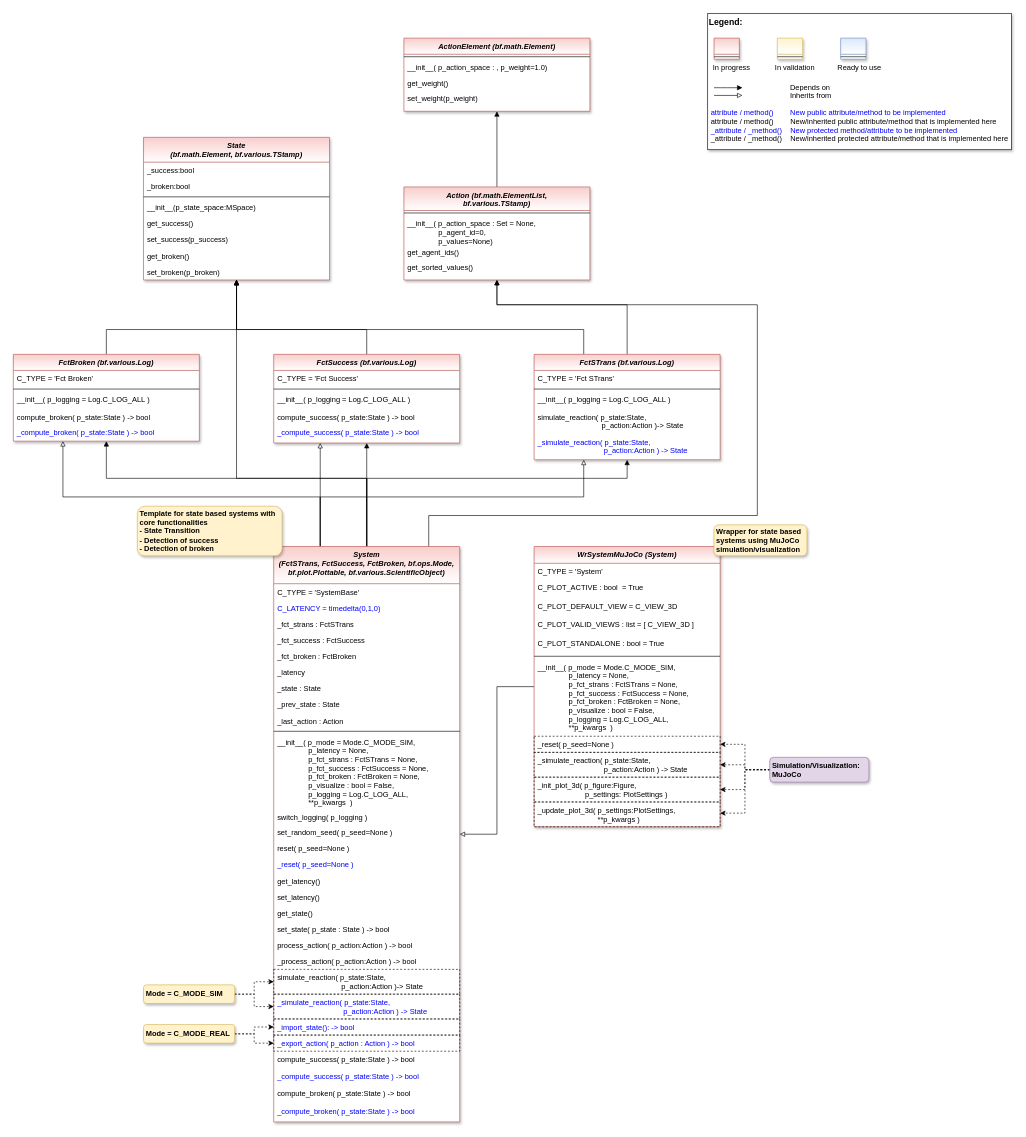
Earlier version of the draw.io diagram doc/rtd/content/append2/core/images/bf/MLPro-BF-Systems_class_diagram.drawio (fhswf/MLPro). Source tidied: cells renumbered, new cells numbered last; positions are measured from the earlier drawing's top-left corner, leaving out a move shared by most shapes. Both pictures are drawn from the tidied source at 62%, with x=0, y=0 at pixel (13, 13).
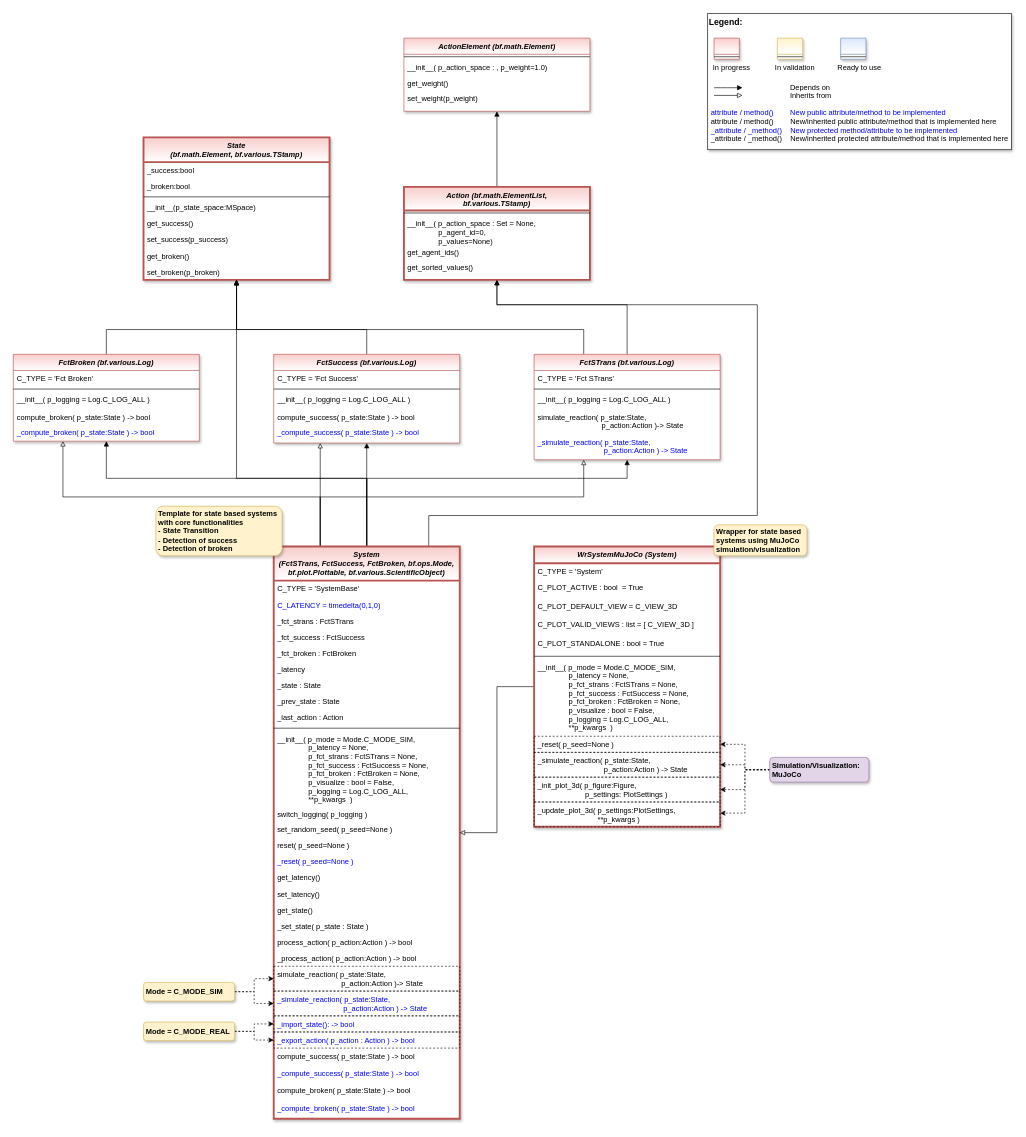
After the change.

What changed in the source:
```diff
@@
-    <mxCell id="20" value="State &#10;(bf.math.Element, bf.various.TStamp)" style="swimlane;fontStyle=3;align=center;verticalAlign=top;horizontal=1;startSize=40;rounded=0;shadow=1;strokeWidth=1;fillColor=#f8cecc;strokeColor=#b85450;swimlaneFillColor=#ffffff;gradientColor=#FFFFFF;" parent="1" vertex="1">
+    <mxCell id="20" value="State &#10;(bf.math.Element, bf.various.TStamp)" style="swimlane;fontStyle=3;align=center;verticalAlign=top;horizontal=1;startSize=40;rounded=0;shadow=1;strokeWidth=3;fillColor=#f8cecc;strokeColor=#b85450;swimlaneFillColor=#ffffff;gradientColor=#FFFFFF;" parent="1" vertex="1">
       <mxGeometry x="210" y="200" width="300" height="230" as="geometry" />
     </mxCell>
@@
-    <mxCell id="30" value="Action (bf.math.ElementList, &#10;bf.various.TStamp)" style="swimlane;fontStyle=3;align=center;verticalAlign=top;horizontal=1;startSize=38;rounded=0;shadow=1;strokeWidth=1;fillColor=#f8cecc;strokeColor=#b85450;swimlaneFillColor=#ffffff;gradientColor=#FFFFFF;" parent="1" vertex="1">
+    <mxCell id="30" value="Action (bf.math.ElementList, &#10;bf.various.TStamp)" style="swimlane;fontStyle=3;align=center;verticalAlign=top;horizontal=1;startSize=38;rounded=0;shadow=1;strokeWidth=3;fillColor=#f8cecc;strokeColor=#b85450;swimlaneFillColor=#ffffff;gradientColor=#FFFFFF;" parent="1" vertex="1">
       <mxGeometry x="630" y="280" width="300" height="150" as="geometry" />
     </mxCell>
@@
-    <mxCell id="48" value="System&#10;(FctSTrans, FctSuccess, FctBroken, bf.ops.Mode, &#10;bf.plot.Plottable, bf.various.ScientificObject)" style="swimlane;fontStyle=3;align=center;verticalAlign=top;horizontal=1;startSize=60;rounded=0;shadow=1;strokeWidth=1;fillColor=#f8cecc;strokeColor=#b85450;swimlaneFillColor=#ffffff;gradientColor=#FFFFFF;" parent="1" vertex="1">
-      <mxGeometry x="420" y="860" width="300" height="928" as="geometry" />
+    <mxCell id="48" value="System&#10;(FctSTrans, FctSuccess, FctBroken, bf.ops.Mode, &#10;bf.plot.Plottable, bf.various.ScientificObject)" style="swimlane;fontStyle=3;align=center;verticalAlign=top;horizontal=1;startSize=55;rounded=0;shadow=1;strokeWidth=3;fillColor=#f8cecc;strokeColor=#b85450;swimlaneFillColor=#ffffff;gradientColor=#FFFFFF;" parent="1" vertex="1">
+      <mxGeometry x="420" y="860" width="300" height="923" as="geometry" />
     </mxCell>
     <mxCell id="49" value="C_TYPE = 'SystemBase'" style="text;align=left;verticalAlign=top;spacingLeft=4;spacingRight=4;overflow=hidden;" parent="48" vertex="1">
-      <mxGeometry y="60" width="300" height="26" as="geometry" />
+      <mxGeometry y="55" width="300" height="26" as="geometry" />
     </mxCell>
     <mxCell id="50" value="C_LATENCY = timedelta(0,1,0)" style="text;align=left;verticalAlign=top;spacingLeft=4;spacingRight=4;overflow=hidden;fontColor=#0000FF;" parent="48" vertex="1">
-      <mxGeometry y="86" width="300" height="26" as="geometry" />
+      <mxGeometry y="81" width="300" height="26" as="geometry" />
     </mxCell>
     <mxCell id="51" value="_fct_strans : FctSTrans" style="text;align=left;verticalAlign=top;spacingLeft=4;spacingRight=4;overflow=hidden;" parent="48" vertex="1">
-      <mxGeometry y="112" width="300" height="26" as="geometry" />
+      <mxGeometry y="107" width="300" height="26" as="geometry" />
     </mxCell>
     <mxCell id="52" value="_fct_success : FctSuccess" style="text;align=left;verticalAlign=top;spacingLeft=4;spacingRight=4;overflow=hidden;" parent="48" vertex="1">
-      <mxGeometry y="138" width="300" height="26" as="geometry" />
+      <mxGeometry y="133" width="300" height="26" as="geometry" />
     </mxCell>
     <mxCell id="53" value="_fct_broken : FctBroken" style="text;align=left;verticalAlign=top;spacingLeft=4;spacingRight=4;overflow=hidden;" parent="48" vertex="1">
-      <mxGeometry y="164" width="300" height="26" as="geometry" />
+      <mxGeometry y="159" width="300" height="26" as="geometry" />
     </mxCell>
     <mxCell id="54" value="_latency" style="text;align=left;verticalAlign=top;spacingLeft=4;spacingRight=4;overflow=hidden;" parent="48" vertex="1">
-      <mxGeometry y="190" width="300" height="26" as="geometry" />
+      <mxGeometry y="185" width="300" height="26" as="geometry" />
     </mxCell>
     <mxCell id="55" value="_state : State" style="text;align=left;verticalAlign=top;spacingLeft=4;spacingRight=4;overflow=hidden;" parent="48" vertex="1">
-      <mxGeometry y="216" width="300" height="26" as="geometry" />
+      <mxGeometry y="211" width="300" height="26" as="geometry" />
     </mxCell>
     <mxCell id="56" value="_prev_state : State" style="text;align=left;verticalAlign=top;spacingLeft=4;spacingRight=4;overflow=hidden;" parent="48" vertex="1">
-      <mxGeometry y="242" width="300" height="26" as="geometry" />
+      <mxGeometry y="237" width="300" height="26" as="geometry" />
     </mxCell>
     <mxCell id="57" value="_last_action : Action" style="text;align=left;verticalAlign=top;spacingLeft=4;spacingRight=4;overflow=hidden;" parent="48" vertex="1">
-      <mxGeometry y="268" width="300" height="26" as="geometry" />
+      <mxGeometry y="263" width="300" height="26" as="geometry" />
     </mxCell>
     <mxCell id="58" style="line;html=1;strokeWidth=1;align=left;verticalAlign=middle;spacingTop=-1;spacingLeft=3;spacingRight=3;labelPosition=right;" parent="48" vertex="1">
-      <mxGeometry y="294" width="300" height="8" as="geometry" />
+      <mxGeometry y="289" width="300" height="8" as="geometry" />
     </mxCell>
     <mxCell id="59" value="__init__( p_mode = Mode.C_MODE_SIM,&#10;               p_latency = None, &#10;               p_fct_strans : FctSTrans = None,&#10;               p_fct_success : FctSuccess = None,&#10;               p_fct_broken : FctBroken = None,&#10;               p_visualize : bool = False,&#10;               p_logging = Log.C_LOG_ALL,&#10;               **p_kwargs  )" style="text;align=left;verticalAlign=top;spacingLeft=4;spacingRight=4;overflow=hidden;" parent="48" vertex="1">
-      <mxGeometry y="302" width="300" height="122" as="geometry" />
+      <mxGeometry y="297" width="300" height="122" as="geometry" />
     </mxCell>
     <mxCell id="60" value="switch_logging( p_logging )" style="text;align=left;verticalAlign=top;spacingLeft=4;spacingRight=4;overflow=hidden;" parent="48" vertex="1">
-      <mxGeometry y="424" width="300" height="24" as="geometry" />
+      <mxGeometry y="419" width="300" height="24" as="geometry" />
     </mxCell>
     <mxCell id="61" value="set_random_seed( p_seed=None )" style="text;align=left;verticalAlign=top;spacingLeft=4;spacingRight=4;overflow=hidden;" parent="48" vertex="1">
-      <mxGeometry y="448" width="300" height="26" as="geometry" />
+      <mxGeometry y="443" width="300" height="26" as="geometry" />
     </mxCell>
     <mxCell id="62" value="reset( p_seed=None )" style="text;align=left;verticalAlign=top;spacingLeft=4;spacingRight=4;overflow=hidden;" parent="48" vertex="1">
-      <mxGeometry y="474" width="300" height="26" as="geometry" />
+      <mxGeometry y="469" width="300" height="26" as="geometry" />
     </mxCell>
     <mxCell id="63" value="_reset( p_seed=None )" style="text;align=left;verticalAlign=top;spacingLeft=4;spacingRight=4;overflow=hidden;fontColor=#0000FF;" parent="48" vertex="1">
-      <mxGeometry y="500" width="300" height="26" as="geometry" />
+      <mxGeometry y="495" width="300" height="26" as="geometry" />
     </mxCell>
     <mxCell id="64" value="get_latency()" style="text;align=left;verticalAlign=top;spacingLeft=4;spacingRight=4;overflow=hidden;" parent="48" vertex="1">
-      <mxGeometry y="526" width="300" height="26" as="geometry" />
+      <mxGeometry y="521" width="300" height="26" as="geometry" />
     </mxCell>
     <mxCell id="65" value="set_latency()" style="text;align=left;verticalAlign=top;spacingLeft=4;spacingRight=4;overflow=hidden;" parent="48" vertex="1">
-      <mxGeometry y="552" width="300" height="26" as="geometry" />
+      <mxGeometry y="547" width="300" height="26" as="geometry" />
     </mxCell>
     <mxCell id="66" value="get_state()" style="text;align=left;verticalAlign=top;spacingLeft=4;spacingRight=4;overflow=hidden;" parent="48" vertex="1">
-      <mxGeometry y="578" width="300" height="26" as="geometry" />
+      <mxGeometry y="573" width="300" height="26" as="geometry" />
     </mxCell>
-    <mxCell id="67" value="set_state( p_state : State ) -&gt; bool" style="text;align=left;verticalAlign=top;spacingLeft=4;spacingRight=4;overflow=hidden;fontColor=default;" parent="48" vertex="1">
-      <mxGeometry y="604" width="300" height="26" as="geometry" />
+    <mxCell id="67" value="_set_state( p_state : State )" style="text;align=left;verticalAlign=top;spacingLeft=4;spacingRight=4;overflow=hidden;fontColor=default;" parent="48" vertex="1">
+      <mxGeometry y="599" width="300" height="26" as="geometry" />
     </mxCell>
     <mxCell id="68" value="process_action( p_action:Action ) -&gt; bool" style="text;align=left;verticalAlign=top;spacingLeft=4;spacingRight=4;overflow=hidden;" parent="48" vertex="1">
-      <mxGeometry y="630" width="300" height="26" as="geometry" />
+      <mxGeometry y="625" width="300" height="26" as="geometry" />
     </mxCell>
     <mxCell id="69" value="_process_action( p_action:Action ) -&gt; bool" style="text;align=left;verticalAlign=top;spacingLeft=4;spacingRight=4;overflow=hidden;fontColor=default;" parent="48" vertex="1">
-      <mxGeometry y="656" width="300" height="26" as="geometry" />
+      <mxGeometry y="651" width="300" height="26" as="geometry" />
     </mxCell>
     <mxCell id="70" value="simulate_reaction( p_state:State, &#10;                               p_action:Action )-&gt; State" style="text;align=left;verticalAlign=top;spacingLeft=4;spacingRight=4;overflow=hidden;points=[[0,0.5],[1,0.5]];portConstraint=eastwest;strokeColor=default;dashed=1;" parent="48" vertex="1">
-      <mxGeometry y="682" width="300" height="40" as="geometry" />
+      <mxGeometry y="677" width="300" height="40" as="geometry" />
     </mxCell>
     <mxCell id="71" value="_simulate_reaction( p_state:State, &#10;                                p_action:Action ) -&gt; State" style="text;align=left;verticalAlign=top;spacingLeft=4;spacingRight=4;overflow=hidden;points=[[0,0.5],[1,0.5]];portConstraint=eastwest;fontColor=#0000FF;dashed=1;strokeColor=default;" parent="48" vertex="1">
-      <mxGeometry y="722" width="300" height="40" as="geometry" />
+      <mxGeometry y="717" width="300" height="40" as="geometry" />
     </mxCell>
     <mxCell id="72" value="_import_state(): -&gt; bool" style="text;align=left;verticalAlign=top;spacingLeft=4;spacingRight=4;overflow=hidden;points=[[0,0.5],[1,0.5]];portConstraint=eastwest;fontColor=#0000FF;strokeColor=default;dashed=1;" parent="48" vertex="1">
-      <mxGeometry y="762" width="300" height="26" as="geometry" />
+      <mxGeometry y="757" width="300" height="26" as="geometry" />
     </mxCell>
     <mxCell id="73" value="_export_action( p_action : Action ) -&gt; bool" style="text;align=left;verticalAlign=top;spacingLeft=4;spacingRight=4;overflow=hidden;points=[[0,0.5],[1,0.5]];portConstraint=eastwest;fontColor=#0000FF;strokeColor=default;dashed=1;" parent="48" vertex="1">
-      <mxGeometry y="788" width="300" height="26" as="geometry" />
+      <mxGeometry y="783" width="300" height="26" as="geometry" />
     </mxCell>
     <mxCell id="74" value="compute_success( p_state:State ) -&gt; bool" style="text;align=left;verticalAlign=top;spacingLeft=4;spacingRight=4;overflow=hidden;" parent="48" vertex="1">
-      <mxGeometry y="814" width="300" height="27" as="geometry" />
+      <mxGeometry y="809" width="300" height="27" as="geometry" />
     </mxCell>
     <mxCell id="75" value="_compute_success( p_state:State ) -&gt; bool" style="text;align=left;verticalAlign=top;spacingLeft=4;spacingRight=4;overflow=hidden;fontColor=#0000FF;" parent="48" vertex="1">
-      <mxGeometry y="841" width="300" height="28" as="geometry" />
+      <mxGeometry y="836" width="300" height="28" as="geometry" />
     </mxCell>
     <mxCell id="76" value="compute_broken( p_state:State ) -&gt; bool" style="text;align=left;verticalAlign=top;spacingLeft=4;spacingRight=4;overflow=hidden;" parent="48" vertex="1">
-      <mxGeometry y="869" width="300" height="29" as="geometry" />
+      <mxGeometry y="864" width="300" height="29" as="geometry" />
     </mxCell>
     <mxCell id="77" value="_compute_broken( p_state:State ) -&gt; bool" style="text;align=left;verticalAlign=top;spacingLeft=4;spacingRight=4;overflow=hidden;fontColor=#0000FF;" parent="48" vertex="1">
-      <mxGeometry y="898" width="300" height="30" as="geometry" />
+      <mxGeometry y="893" width="300" height="30" as="geometry" />
     </mxCell>
@@
     <mxCell id="85" value="Mode = C_MODE_SIM" style="rounded=1;whiteSpace=wrap;html=1;fillColor=#fff2cc;strokeColor=#d6b656;shadow=1;fontStyle=1;align=left;spacingLeft=2;" parent="1" vertex="1">
-      <mxGeometry x="210" y="1567" width="147" height="30" as="geometry" />
+      <mxGeometry x="210" y="1563" width="147" height="30" as="geometry" />
     </mxCell>
@@
     <mxCell id="88" value="Mode = C_MODE_REAL" style="rounded=1;whiteSpace=wrap;html=1;fillColor=#fff2cc;strokeColor=#d6b656;shadow=1;fontStyle=1;align=left;spacingLeft=2;" parent="1" vertex="1">
-      <mxGeometry x="210" y="1631" width="147" height="30" as="geometry" />
+      <mxGeometry x="210" y="1627" width="147" height="30" as="geometry" />
     </mxCell>
@@
-    <mxCell id="90" value="WrSystemMuJoCo (System)" style="swimlane;fontStyle=3;align=center;verticalAlign=top;horizontal=1;startSize=27;rounded=0;shadow=1;strokeWidth=1;fillColor=#f8cecc;strokeColor=#b85450;swimlaneFillColor=#ffffff;gradientColor=#FFFFFF;" parent="1" vertex="1">
+    <mxCell id="90" value="WrSystemMuJoCo (System)" style="swimlane;fontStyle=3;align=center;verticalAlign=top;horizontal=1;startSize=27;rounded=0;shadow=1;strokeWidth=3;fillColor=#f8cecc;strokeColor=#b85450;swimlaneFillColor=#ffffff;gradientColor=#FFFFFF;" parent="1" vertex="1">
       <mxGeometry x="840" y="860" width="300" height="452" as="geometry" />
     </mxCell>
@@
     <mxCell id="116" value="Template for state based systems with core functionalities&lt;br&gt;- State Transition&lt;br&gt;- Detection of success&lt;br&gt;- Detection of broken" style="rounded=1;whiteSpace=wrap;html=1;fillColor=#fff2cc;strokeColor=#d6b656;shadow=1;fontStyle=1;align=left;spacingLeft=2;" parent="1" vertex="1">
-      <mxGeometry x="200" y="795" width="233.5" height="80" as="geometry" />
+      <mxGeometry x="230" y="795" width="203.5" height="80" as="geometry" />
     </mxCell>
```
